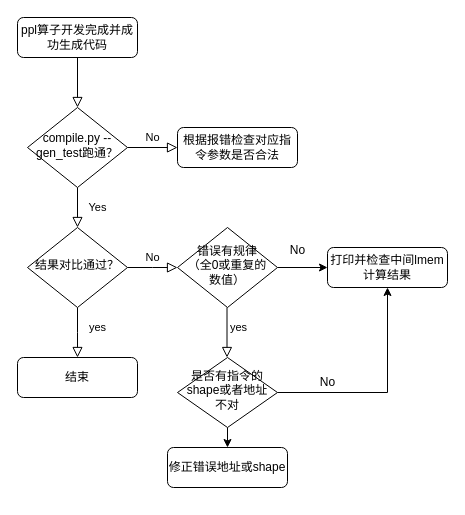
This is debug流程.drawio from Rea1One/images, a draw.io file, before an edit. Source tidied: cells renumbered, new cells numbered last; positions are measured from the earlier drawing's top-left corner, leaving out a move shared by most shapes. Both pictures are drawn from the tidied source at 100%, with x=0, y=0 at pixel (17, 17).
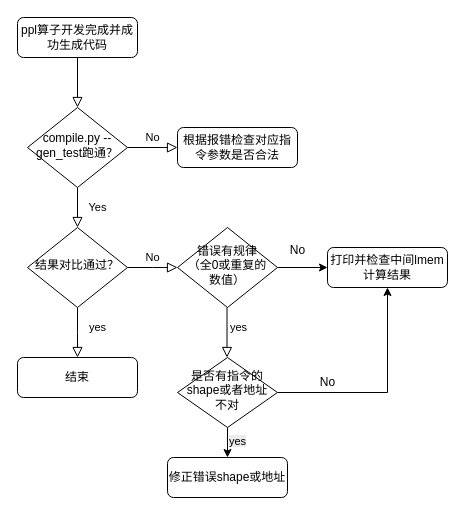
The same page after the edit.

Change to the diagram source:
```diff
@@
-    <mxCell id="20" value="修正错误地址或shape" style="rounded=1;whiteSpace=wrap;html=1;fontSize=12;glass=0;strokeWidth=1;shadow=0;" parent="1" vertex="1">
-      <mxGeometry x="150" y="430" width="120" height="40" as="geometry" />
+    <mxCell id="20" value="修正错误shape或地址" style="rounded=1;whiteSpace=wrap;html=1;fontSize=12;glass=0;strokeWidth=1;shadow=0;" parent="1" vertex="1">
+      <mxGeometry x="150" y="440" width="120" height="40" as="geometry" />
     </mxCell>
@@
+    <mxCell id="22" value="&lt;span style=&quot;color: rgb(0, 0, 0); font-family: Helvetica; font-size: 11px; font-style: normal; font-variant-ligatures: normal; font-variant-caps: normal; font-weight: 400; letter-spacing: normal; orphans: 2; text-align: center; text-indent: 0px; text-transform: none; widows: 2; word-spacing: 0px; -webkit-text-stroke-width: 0px; white-space: nowrap; background-color: rgb(236, 236, 236); text-decoration-thickness: initial; text-decoration-style: initial; text-decoration-color: initial; display: inline !important; float: none;&quot;&gt;yes&lt;/span&gt;" style="text;whiteSpace=wrap;html=1;" parent="1" vertex="1">
+      <mxGeometry x="210" y="410" width="50" height="40" as="geometry" />
+    </mxCell>
```
